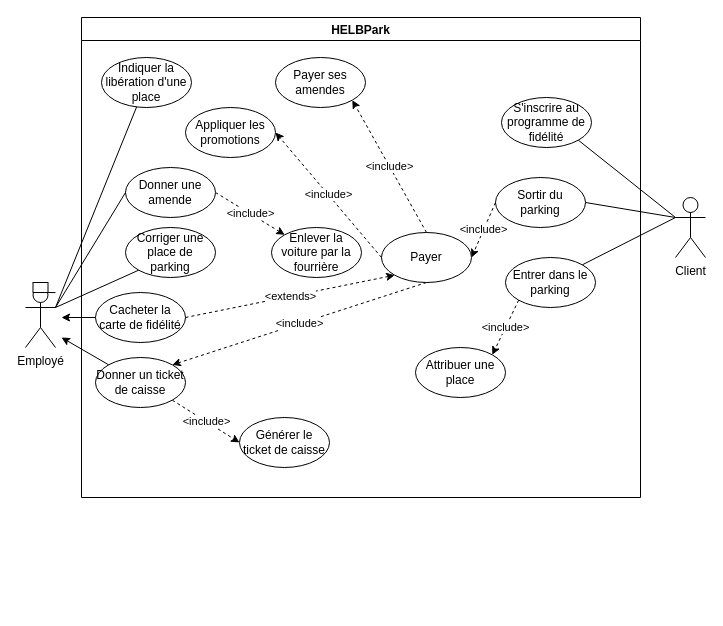
Earlier version of the draw.io diagram Analyse II/CasDutilisations.drawio (JessyEstTropCool/HELBPark). Source tidied: cells renumbered, new cells numbered last; positions are measured from the earlier drawing's top-left corner, leaving out a move shared by most shapes. Both pictures are drawn from the tidied source at 100%, with x=0, y=0 at pixel (25, 17).
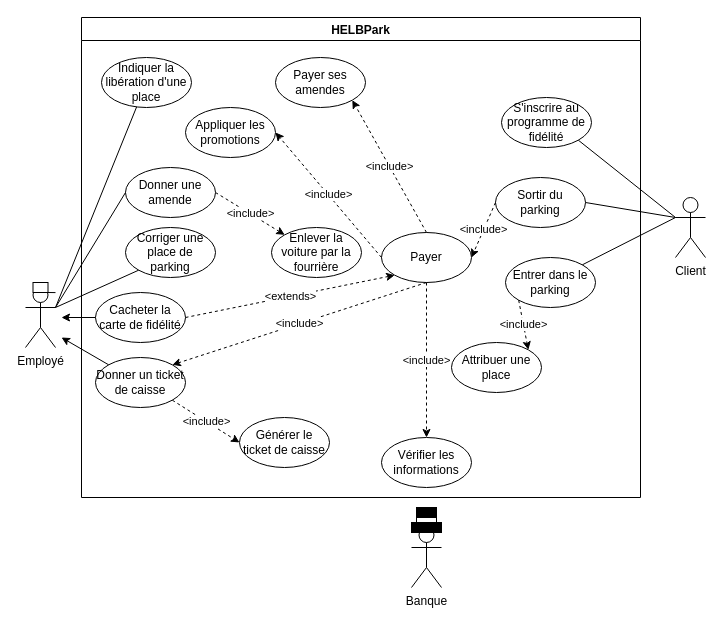
The same diagram, later.

The change refers to these unchanged cells:
```xml
<mxCell id="2" value="HELBPark" style="swimlane;fillColor=#FFFFFF;" parent="1" vertex="1">
  <mxGeometry x="56" width="559" height="480" as="geometry" />
</mxCell>
<mxCell id="13" value="Payer" style="ellipse;whiteSpace=wrap;html=1;" parent="2" vertex="1">
  <mxGeometry x="300" y="215" width="90" height="50" as="geometry" />
</mxCell>
```

Change to the diagram source:
```diff
@@
     <mxCell id="3" value="Attribuer une place" style="ellipse;whiteSpace=wrap;html=1;" parent="2" vertex="1">
-      <mxGeometry x="334" y="330" width="90" height="50" as="geometry" />
+      <mxGeometry x="370" y="325" width="90" height="50" as="geometry" />
     </mxCell>
@@
+    <mxCell id="37" value="&amp;lt;include&amp;gt;" style="edgeStyle=orthogonalEdgeStyle;rounded=0;jettySize=auto;html=1;exitX=0.5;exitY=1;exitDx=0;exitDy=0;entryX=0.5;entryY=0;entryDx=0;entryDy=0;dashed=1;" parent="2" edge="1" source="13" target="38">
+      <mxGeometry relative="1" as="geometry" />
+    </mxCell>
@@
+    <mxCell id="38" value="Vérifier les informations" style="ellipse;whiteSpace=wrap;html=1;" parent="2" vertex="1">
+      <mxGeometry x="300" y="420" width="90" height="50" as="geometry" />
+    </mxCell>
@@
+    <mxCell id="39" value="Banque" style="shape=umlActor;verticalLabelPosition=bottom;verticalAlign=top;html=1;" parent="1" vertex="1">
+      <mxGeometry x="386" y="510" width="30" height="60" as="geometry" />
+    </mxCell>
+    <mxCell id="40" style="rounded=0;whiteSpace=wrap;html=1;fillColor=#000000;" parent="1" vertex="1">
+      <mxGeometry x="386" y="505" width="30" height="10" as="geometry" />
+    </mxCell>
+    <mxCell id="41" style="rounded=0;whiteSpace=wrap;html=1;fillColor=#000000;" parent="1" vertex="1">
+      <mxGeometry x="391" y="490" width="20" height="15" as="geometry" />
+    </mxCell>
+    <mxCell id="42" style="rounded=0;whiteSpace=wrap;html=1;fillColor=#FFFFFF;" parent="1" vertex="1">
+      <mxGeometry x="391" y="500" width="20" height="5" as="geometry" />
+    </mxCell>
```
